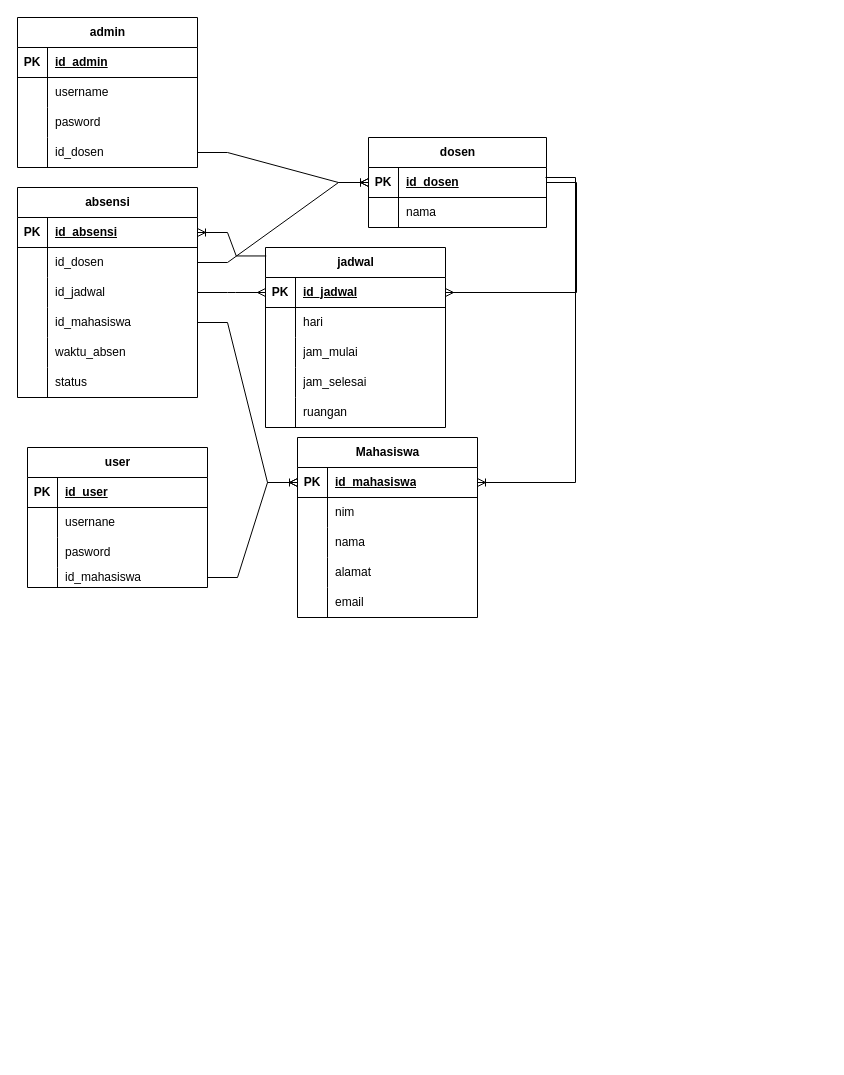
Above: TIB-ERD.drawio in g0st-r00t-x/project-kelas-design (draw.io), before the change. Source tidied: cells renumbered, new cells numbered last; positions are measured from the earlier drawing's top-left corner, leaving out a move shared by most shapes. Both pictures are drawn from the tidied source at 100%, with x=0, y=0 at pixel (17, 17).
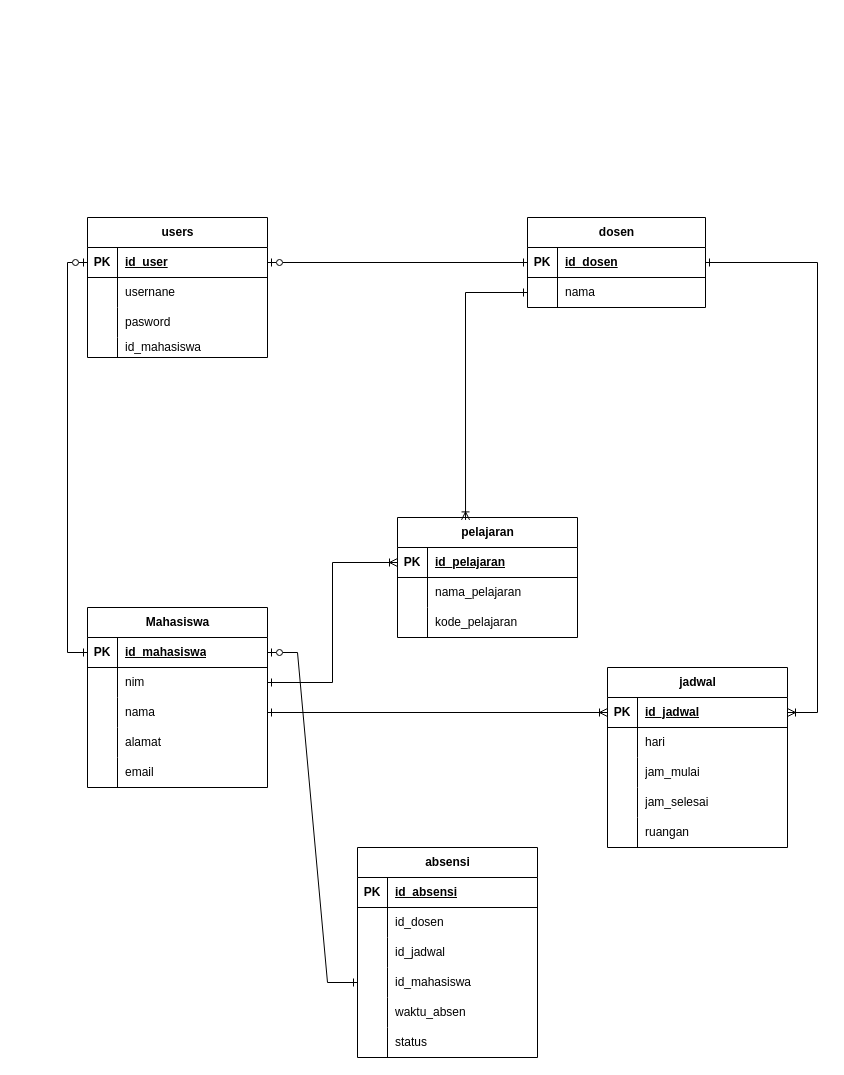
The same page after the edit.

Commit message:
menambahkan table pealajaran

Unchanged cells that the change refers to:
```xml
<mxCell id="3" style="shape=tableRow;horizontal=0;startSize=0;swimlaneHead=0;swimlaneBody=0;fillColor=none;points=[[0,0.5],[1,0.5]];portConstraint=eastwest;top=0;left=0;right=0;bottom=1;" parent="2" vertex="1">
  <mxGeometry y="30" width="180" height="30" as="geometry" />
</mxCell>
<mxCell id="6" style="shape=tableRow;horizontal=0;startSize=0;swimlaneHead=0;swimlaneBody=0;fillColor=none;points=[[0,0.5],[1,0.5]];portConstraint=eastwest;top=0;left=0;right=0;bottom=0;" parent="2" vertex="1">
  <mxGeometry y="60" width="180" height="30" as="geometry" />
</mxCell>
<mxCell id="9" style="shape=tableRow;horizontal=0;startSize=0;swimlaneHead=0;swimlaneBody=0;fillColor=none;points=[[0,0.5],[1,0.5]];portConstraint=eastwest;top=0;left=0;right=0;bottom=0;" parent="2" vertex="1">
  <mxGeometry y="90" width="180" height="30" as="geometry" />
</mxCell>
<mxCell id="19" style="shape=tableRow;horizontal=0;startSize=0;swimlaneHead=0;swimlaneBody=0;fillColor=none;points=[[0,0.5],[1,0.5]];portConstraint=eastwest;top=0;left=0;right=0;bottom=1;" parent="18" vertex="1">
  <mxGeometry y="30" width="180" height="30" as="geometry" />
</mxCell>
<mxCell id="35" style="shape=tableRow;horizontal=0;startSize=0;swimlaneHead=0;swimlaneBody=0;fillColor=none;points=[[0,0.5],[1,0.5]];portConstraint=eastwest;top=0;left=0;right=0;bottom=1;" parent="34" vertex="1">
  <mxGeometry y="30" width="178" height="30" as="geometry" />
</mxCell>
<mxCell id="38" style="shape=tableRow;horizontal=0;startSize=0;swimlaneHead=0;swimlaneBody=0;fillColor=none;points=[[0,0.5],[1,0.5]];portConstraint=eastwest;top=0;left=0;right=0;bottom=0;" parent="34" vertex="1">
  <mxGeometry y="60" width="178" height="30" as="geometry" />
</mxCell>
<mxCell id="42" style="shape=tableRow;horizontal=0;startSize=0;swimlaneHead=0;swimlaneBody=0;fillColor=none;points=[[0,0.5],[1,0.5]];portConstraint=eastwest;top=0;left=0;right=0;bottom=1;" parent="41" vertex="1">
  <mxGeometry y="30" width="180" height="30" as="geometry" />
</mxCell>
<mxCell id="45" style="shape=tableRow;horizontal=0;startSize=0;swimlaneHead=0;swimlaneBody=0;fillColor=none;points=[[0,0.5],[1,0.5]];portConstraint=eastwest;top=0;left=0;right=0;bottom=0;" parent="41" vertex="1">
  <mxGeometry y="60" width="180" height="30" as="geometry" />
</mxCell>
<mxCell id="48" style="shape=tableRow;horizontal=0;startSize=0;swimlaneHead=0;swimlaneBody=0;fillColor=none;points=[[0,0.5],[1,0.5]];portConstraint=eastwest;top=0;left=0;right=0;bottom=0;" parent="41" vertex="1">
  <mxGeometry y="90" width="180" height="30" as="geometry" />
</mxCell>
<mxCell id="51" style="shape=tableRow;horizontal=0;startSize=0;swimlaneHead=0;swimlaneBody=0;fillColor=none;points=[[0,0.5],[1,0.5]];portConstraint=eastwest;top=0;left=0;right=0;bottom=0;" parent="41" vertex="1">
  <mxGeometry y="120" width="180" height="30" as="geometry" />
</mxCell>
<mxCell id="66" style="shape=tableRow;horizontal=0;startSize=0;swimlaneHead=0;swimlaneBody=0;fillColor=none;points=[[0,0.5],[1,0.5]];portConstraint=eastwest;top=0;left=0;right=0;bottom=1;" parent="65" vertex="1">
  <mxGeometry y="30" width="180" height="30" as="geometry" />
</mxCell>
<mxCell id="75" style="shape=tableRow;horizontal=0;startSize=0;swimlaneHead=0;swimlaneBody=0;fillColor=none;points=[[0,0.5],[1,0.5]];portConstraint=eastwest;top=0;left=0;right=0;bottom=0;" parent="65" vertex="1">
  <mxGeometry y="120" width="180" height="20" as="geometry" />
</mxCell>
```

Change to the diagram source:
```diff
@@
     <mxCell id="2" value="Mahasiswa" style="shape=table;startSize=30;childLayout=tableLayout;rowLines=0;fontStyle=1;align=center;html=1;" parent="1" vertex="1">
-      <mxGeometry x="280" y="420" width="180" height="180" as="geometry" />
+      <mxGeometry x="70" y="590" width="180" height="180" as="geometry" />
     </mxCell>
@@
     <mxCell id="18" value="jadwal" style="shape=table;startSize=30;childLayout=tableLayout;rowLines=0;fontStyle=1;align=center;html=1;" parent="1" vertex="1">
-      <mxGeometry x="248" y="230" width="180" height="180" as="geometry" />
+      <mxGeometry x="590" y="650" width="180" height="180" as="geometry" />
     </mxCell>
@@
     <mxCell id="34" value="dosen" style="shape=table;startSize=30;childLayout=tableLayout;rowLines=0;fontStyle=1;align=center;html=1;" parent="1" vertex="1">
-      <mxGeometry x="351" y="120" width="178" height="90" as="geometry" />
+      <mxGeometry x="510" y="200" width="178" height="90" as="geometry" />
     </mxCell>
@@
     <mxCell id="41" value="absensi" style="shape=table;startSize=30;childLayout=tableLayout;rowLines=0;fontStyle=1;align=center;html=1;" parent="1" vertex="1">
-      <mxGeometry y="170" width="180" height="210" as="geometry" />
+      <mxGeometry x="340" y="830" width="180" height="210" as="geometry" />
     </mxCell>
@@
-    <mxCell id="60" style="edgeStyle=entityRelationEdgeStyle;fontSize=12;html=1;endArrow=ERoneToMany;rounded=0;" parent="1" edge="1" source="45" target="35">
-      <mxGeometry relative="1" as="geometry">
-        <Array as="points">
-          <mxPoint x="210" y="135" />
-        </Array>
-      </mxGeometry>
-    </mxCell>
-    <mxCell id="61" style="edgeStyle=entityRelationEdgeStyle;fontSize=12;html=1;endArrow=ERmany;rounded=0;" parent="1" edge="1" source="48" target="19">
-      <mxGeometry relative="1" as="geometry" />
-    </mxCell>
-    <mxCell id="62" style="edgeStyle=entityRelationEdgeStyle;fontSize=12;html=1;endArrow=ERmany;rounded=0;" parent="1" edge="1" source="51" target="3">
+    <mxCell id="62" style="edgeStyle=entityRelationEdgeStyle;fontSize=12;html=1;endArrow=ERzeroToOne;rounded=0;startArrow=ERone;startFill=0;endFill=0;" parent="1" edge="1" source="51" target="3">
       <mxGeometry relative="1" as="geometry" />
     </mxCell>
-    <mxCell id="63" style="edgeStyle=entityRelationEdgeStyle;fontSize=12;html=1;endArrow=ERmany;rounded=0;" parent="1" edge="1" source="35" target="19">
+    <mxCell id="63" style="edgeStyle=entityRelationEdgeStyle;fontSize=12;html=1;endArrow=ERoneToMany;rounded=0;startArrow=ERone;startFill=0;endFill=0;" parent="1" edge="1" source="35" target="19">
       <mxGeometry relative="1" as="geometry" />
     </mxCell>
-    <mxCell id="64" style="edgeStyle=entityRelationEdgeStyle;fontSize=12;html=1;endArrow=ERoneToMany;rounded=0;exitX=0.004;exitY=0.047;exitDx=0;exitDy=0;exitPerimeter=0;" parent="1" edge="1" source="18" target="42">
-      <mxGeometry relative="1" as="geometry" />
-    </mxCell>
-    <mxCell id="65" value="user" style="shape=table;startSize=30;childLayout=tableLayout;rowLines=0;fontStyle=1;align=center;html=1;" parent="1" vertex="1">
-      <mxGeometry x="10" y="430" width="180" height="140" as="geometry" />
+    <mxCell id="65" value="users" style="shape=table;startSize=30;childLayout=tableLayout;rowLines=0;fontStyle=1;align=center;html=1;" parent="1" vertex="1">
+      <mxGeometry x="70" y="200" width="180" height="140" as="geometry" />
     </mxCell>
@@
-    <mxCell id="78" style="edgeStyle=entityRelationEdgeStyle;fontSize=12;html=1;endArrow=ERoneToMany;rounded=0;" parent="1" edge="1" source="75" target="3">
-      <mxGeometry relative="1" as="geometry" />
-    </mxCell>
-    <mxCell id="79" value="admin" style="shape=table;startSize=30;childLayout=tableLayout;rowLines=0;fontStyle=1;align=center;html=1;" parent="1" vertex="1">
-      <mxGeometry width="180" height="150" as="geometry" />
-    </mxCell>
+    <mxCell id="94" style="edgeStyle=orthogonalEdgeStyle;rounded=0;jettySize=auto;html=1;entryX=0;entryY=0.5;entryDx=0;entryDy=0;exitX=1;exitY=0.5;exitDx=0;exitDy=0;startArrow=ERzeroToOne;startFill=0;endArrow=ERone;endFill=0;" parent="1" edge="1" source="66" target="35">
+      <mxGeometry relative="1" as="geometry" />
+    </mxCell>
+    <mxCell id="95" style="edgeStyle=orthogonalEdgeStyle;rounded=0;jettySize=auto;html=1;exitX=0;exitY=0.5;exitDx=0;exitDy=0;entryX=0;entryY=0.5;entryDx=0;entryDy=0;startArrow=ERone;startFill=0;endArrow=ERzeroToOne;endFill=0;" parent="1" edge="1" source="3" target="66">
+      <mxGeometry relative="1" as="geometry" />
+    </mxCell>
+    <mxCell id="96" value="pelajaran" style="shape=table;startSize=30;childLayout=tableLayout;rowLines=0;fontStyle=1;align=center;html=1;" parent="1" vertex="1">
+      <mxGeometry x="380" y="500" width="180" height="120" as="geometry" />
+    </mxCell>
-    <mxCell id="80" style="shape=tableRow;horizontal=0;startSize=0;swimlaneHead=0;swimlaneBody=0;fillColor=none;points=[[0,0.5],[1,0.5]];portConstraint=eastwest;top=0;left=0;right=0;bottom=1;" parent="79" vertex="1">
+    <mxCell id="80" style="shape=tableRow;horizontal=0;startSize=0;swimlaneHead=0;swimlaneBody=0;fillColor=none;points=[[0,0.5],[1,0.5]];portConstraint=eastwest;top=0;left=0;right=0;bottom=1;" parent="96" vertex="1">
       <mxGeometry y="30" width="180" height="30" as="geometry" />
     </mxCell>
@@
-    <mxCell id="82" value="id_admin" style="shape=partialRectangle;fillColor=none;top=0;left=0;bottom=0;right=0;align=left;spacingLeft=6;fontStyle=5;overflow=hidden;whiteSpace=wrap;html=1;" parent="80" vertex="1">
-      <mxGeometry x="30" width="150" height="30" as="geometry" />
-    </mxCell>
+    <mxCell id="97" value="id_pelajaran" style="shape=partialRectangle;fillColor=none;top=0;left=0;bottom=0;right=0;align=left;spacingLeft=6;fontStyle=5;overflow=hidden;whiteSpace=wrap;html=1;" parent="80" vertex="1">
+      <mxGeometry x="30" width="150" height="30" as="geometry" />
+    </mxCell>
-    <mxCell id="83" style="shape=tableRow;horizontal=0;startSize=0;swimlaneHead=0;swimlaneBody=0;fillColor=none;top=0;left=0;right=0;bottom=0;" parent="79" vertex="1">
+    <mxCell id="83" style="shape=tableRow;horizontal=0;startSize=0;swimlaneHead=0;swimlaneBody=0;fillColor=none;top=0;left=0;right=0;bottom=0;" parent="96" vertex="1">
       <mxGeometry y="60" width="180" height="30" as="geometry" />
     </mxCell>
-    <mxCell id="84" style="shape=partialRectangle;fillColor=none;top=0;left=0;bottom=0;right=0;overflow=hidden;whiteSpace=wrap;html=1;" parent="83" vertex="1">
-      <mxGeometry width="30" height="30" as="geometry" />
-    </mxCell>
-    <mxCell id="85" value="username" style="shape=partialRectangle;fillColor=none;top=0;left=0;bottom=0;right=0;align=left;spacingLeft=6;overflow=hidden;whiteSpace=wrap;html=1;" parent="83" vertex="1">
-      <mxGeometry x="30" width="150" height="30" as="geometry" />
-    </mxCell>
+    <mxCell id="98" style="shape=partialRectangle;fillColor=none;top=0;left=0;bottom=0;right=0;overflow=hidden;whiteSpace=wrap;html=1;" parent="83" vertex="1">
+      <mxGeometry width="30" height="30" as="geometry" />
+    </mxCell>
+    <mxCell id="99" value="nama_pelajaran" style="shape=partialRectangle;fillColor=none;top=0;left=0;bottom=0;right=0;align=left;spacingLeft=6;overflow=hidden;whiteSpace=wrap;html=1;" parent="83" vertex="1">
+      <mxGeometry x="30" width="150" height="30" as="geometry" />
+    </mxCell>
-    <mxCell id="86" style="shape=tableRow;horizontal=0;startSize=0;swimlaneHead=0;swimlaneBody=0;fillColor=none;top=0;left=0;right=0;bottom=0;" parent="79" vertex="1">
+    <mxCell id="86" style="shape=tableRow;horizontal=0;startSize=0;swimlaneHead=0;swimlaneBody=0;fillColor=none;top=0;left=0;right=0;bottom=0;" parent="96" vertex="1">
       <mxGeometry y="90" width="180" height="30" as="geometry" />
     </mxCell>
-    <mxCell id="87" style="shape=partialRectangle;fillColor=none;top=0;left=0;bottom=0;right=0;overflow=hidden;whiteSpace=wrap;html=1;" parent="86" vertex="1">
-      <mxGeometry width="30" height="30" as="geometry" />
-    </mxCell>
-    <mxCell id="88" value="pasword" style="shape=partialRectangle;fillColor=none;top=0;left=0;bottom=0;right=0;align=left;spacingLeft=6;overflow=hidden;whiteSpace=wrap;html=1;" parent="86" vertex="1">
-      <mxGeometry x="30" width="150" height="30" as="geometry" />
-    </mxCell>
-    <mxCell id="89" style="shape=tableRow;horizontal=0;startSize=0;swimlaneHead=0;swimlaneBody=0;fillColor=none;points=[[0,0.5],[1,0.5]];portConstraint=eastwest;top=0;left=0;right=0;bottom=0;" parent="79" vertex="1">
-      <mxGeometry y="120" width="180" height="30" as="geometry" />
-    </mxCell>
-    <mxCell id="90" style="shape=partialRectangle;fillColor=none;top=0;left=0;bottom=0;right=0;overflow=hidden;whiteSpace=wrap;html=1;" parent="89" vertex="1">
-      <mxGeometry width="30" height="30" as="geometry" />
-    </mxCell>
-    <mxCell id="91" value="id_dosen" style="shape=partialRectangle;fillColor=none;top=0;left=0;bottom=0;right=0;align=left;spacingLeft=6;overflow=hidden;whiteSpace=wrap;html=1;" parent="89" vertex="1">
-      <mxGeometry x="30" width="150" height="30" as="geometry" />
-    </mxCell>
-    <mxCell id="92" style="edgeStyle=entityRelationEdgeStyle;fontSize=12;html=1;endArrow=ERoneToMany;rounded=0;" parent="1" edge="1" source="89" target="35">
-      <mxGeometry relative="1" as="geometry" />
-    </mxCell>
-    <mxCell id="93" style="edgeStyle=entityRelationEdgeStyle;fontSize=12;html=1;endArrow=ERoneToMany;rounded=0;strokeColor=default;" parent="1" edge="1" target="3">
-      <mxGeometry relative="1" as="geometry">
-        <mxPoint x="528" y="160" as="sourcePoint" />
-        <Array as="points">
-          <mxPoint x="498" y="240" />
-          <mxPoint x="578" y="320" />
-          <mxPoint x="537" y="320" />
-        </Array>
-      </mxGeometry>
-    </mxCell>
+    <mxCell id="100" style="shape=partialRectangle;fillColor=none;top=0;left=0;bottom=0;right=0;overflow=hidden;whiteSpace=wrap;html=1;" parent="86" vertex="1">
+      <mxGeometry width="30" height="30" as="geometry" />
+    </mxCell>
+    <mxCell id="101" value="kode_pelajaran" style="shape=partialRectangle;fillColor=none;top=0;left=0;bottom=0;right=0;align=left;spacingLeft=6;overflow=hidden;whiteSpace=wrap;html=1;" parent="86" vertex="1">
+      <mxGeometry x="30" width="150" height="30" as="geometry" />
+    </mxCell>
+    <mxCell id="102" style="edgeStyle=orthogonalEdgeStyle;rounded=0;jettySize=auto;html=1;startArrow=ERone;startFill=0;endArrow=ERoneToMany;endFill=0;" parent="1" edge="1" source="6" target="80">
+      <mxGeometry relative="1" as="geometry" />
+    </mxCell>
+    <mxCell id="103" style="edgeStyle=orthogonalEdgeStyle;rounded=0;jettySize=auto;html=1;entryX=0;entryY=0.5;entryDx=0;entryDy=0;startArrow=ERone;startFill=0;endArrow=ERoneToMany;endFill=0;" parent="1" edge="1" source="9" target="19">
+      <mxGeometry relative="1" as="geometry" />
+    </mxCell>
+    <mxCell id="104" style="edgeStyle=orthogonalEdgeStyle;rounded=0;jettySize=auto;html=1;entryX=0.378;entryY=0.02;entryDx=0;entryDy=0;entryPerimeter=0;startArrow=ERone;startFill=0;endArrow=ERoneToMany;endFill=0;" parent="1" edge="1" source="38" target="96">
+      <mxGeometry relative="1" as="geometry" />
+    </mxCell>
```
